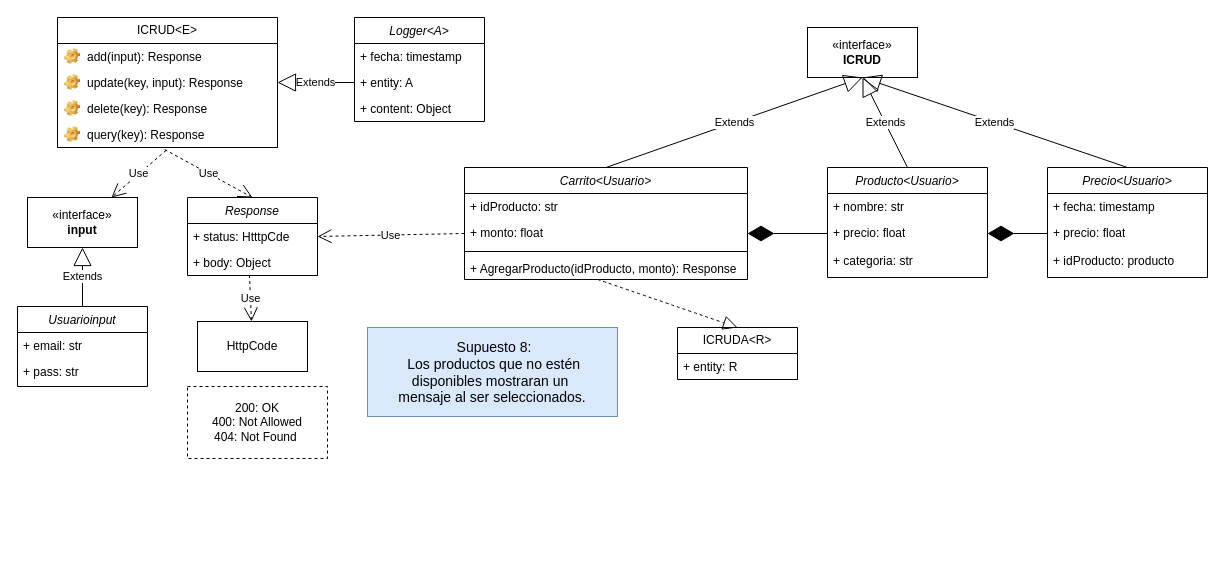
Giggin-html/dwm4 keeps this draw.io diagram as Front-End_Sprint/DiagramaSupuesto8.drawio. Above is the earlier version. Source tidied: cells renumbered, new cells numbered last; positions are measured from the earlier drawing's top-left corner, leaving out a move shared by most shapes. Both pictures are drawn from the tidied source at 100%, with x=0, y=0 at pixel (17, 17).
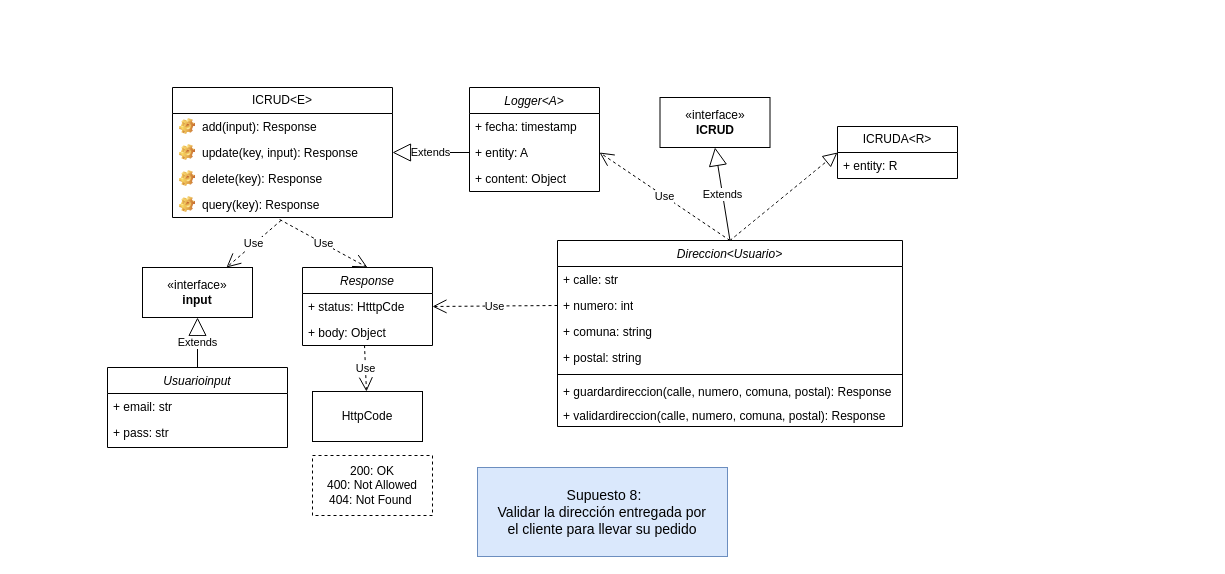
The same diagram, later.

The change refers to these unchanged cells:
```xml
<mxCell id="19" value="+ status: HtttpCde" style="text;strokeColor=none;fillColor=none;align=left;verticalAlign=top;spacingLeft=4;spacingRight=4;overflow=hidden;points=[[0,0.5],[1,0.5]];portConstraint=eastwest;whiteSpace=wrap;html=1;" parent="18" vertex="1">
  <mxGeometry y="26" width="130" height="26" as="geometry" />
</mxCell>
<mxCell id="29" value="+ entity: A" style="text;strokeColor=none;fillColor=none;align=left;verticalAlign=top;spacingLeft=4;spacingRight=4;overflow=hidden;points=[[0,0.5],[1,0.5]];portConstraint=eastwest;whiteSpace=wrap;html=1;" parent="27" vertex="1">
  <mxGeometry y="52" width="130" height="26" as="geometry" />
</mxCell>
```

Change to the diagram source:
```diff
@@
-    <mxCell id="2" value="Carrito&lt;Usuario&gt;" style="swimlane;fontStyle=2;align=center;verticalAlign=top;horizontal=1;startSize=26;rounded=0;shadow=0;strokeWidth=1;" parent="1" vertex="1">
-      <mxGeometry x="447" y="150" width="283" height="112" as="geometry" />
-    </mxCell>
-    <mxCell id="3" value="+ idProducto: str" style="text;strokeColor=none;fillColor=none;align=left;verticalAlign=top;spacingLeft=4;spacingRight=4;overflow=hidden;whiteSpace=wrap;html=1;" parent="2" vertex="1">
-      <mxGeometry y="26" width="283" height="26" as="geometry" />
-    </mxCell>
-    <mxCell id="4" value="+ monto: float" style="text;strokeColor=none;fillColor=none;align=left;verticalAlign=top;spacingLeft=4;spacingRight=4;overflow=hidden;points=[[0,0.5],[1,0.5]];portConstraint=eastwest;whiteSpace=wrap;html=1;" parent="2" vertex="1">
-      <mxGeometry y="52" width="283" height="28" as="geometry" />
-    </mxCell>
-    <mxCell id="5" style="line;html=1;strokeWidth=1;align=left;verticalAlign=middle;spacingTop=-1;spacingLeft=3;spacingRight=3;labelPosition=right;" parent="2" vertex="1">
-      <mxGeometry y="80" width="283" height="8" as="geometry" />
-    </mxCell>
-    <mxCell id="6" value="+ AgregarProducto(idProducto, monto): Response" style="text;strokeColor=none;fillColor=none;align=left;verticalAlign=top;spacingLeft=4;spacingRight=4;overflow=hidden;points=[[0,0.5],[1,0.5]];portConstraint=eastwest;whiteSpace=wrap;html=1;" parent="2" vertex="1">
-      <mxGeometry y="88" width="283" height="24" as="geometry" />
-    </mxCell>
+    <mxCell id="25" value="&lt;font style=&quot;font-size: 14px;&quot;&gt;&amp;nbsp;Supuesto 8:&lt;/font&gt;&lt;div&gt;&amp;nbsp;&lt;span style=&quot;font-size: 14px; background-color: transparent; color: light-dark(rgb(0, 0, 0), rgb(255, 255, 255));&quot;&gt;Validar la dirección entregada por&amp;nbsp;&lt;/span&gt;&lt;/div&gt;&lt;div&gt;&lt;font style=&quot;font-size: 14px;&quot;&gt;el cliente para llevar su pedido&lt;/font&gt;&lt;/div&gt;" style="html=1;whiteSpace=wrap;fillColor=#dae8fc;strokeColor=#6c8ebf;" parent="1" vertex="1">
+      <mxGeometry x="460" y="450" width="250" height="89" as="geometry" />
+    </mxCell>
+    <mxCell id="50" value="Direccion&lt;Usuario&gt;" style="swimlane;fontStyle=2;align=center;verticalAlign=top;horizontal=1;startSize=26;rounded=0;shadow=0;strokeWidth=1;" parent="1" vertex="1">
+      <mxGeometry x="540" y="223" width="345" height="186" as="geometry" />
+    </mxCell>
+    <mxCell id="51" value="+ calle: str" style="text;strokeColor=none;fillColor=none;align=left;verticalAlign=top;spacingLeft=4;spacingRight=4;overflow=hidden;whiteSpace=wrap;html=1;" parent="50" vertex="1">
+      <mxGeometry y="26" width="345" height="26" as="geometry" />
+    </mxCell>
+    <mxCell id="52" value="+ numero: int" style="text;strokeColor=none;fillColor=none;align=left;verticalAlign=top;spacingLeft=4;spacingRight=4;overflow=hidden;points=[[0,0.5],[1,0.5]];portConstraint=eastwest;whiteSpace=wrap;html=1;" parent="50" vertex="1">
+      <mxGeometry y="52" width="345" height="26" as="geometry" />
+    </mxCell>
+    <mxCell id="53" value="+ comuna: string" style="text;strokeColor=none;fillColor=none;align=left;verticalAlign=top;spacingLeft=4;spacingRight=4;overflow=hidden;whiteSpace=wrap;html=1;" parent="50" vertex="1">
+      <mxGeometry y="78" width="345" height="26" as="geometry" />
+    </mxCell>
+    <mxCell id="54" value="+ postal: string" style="text;strokeColor=none;fillColor=none;align=left;verticalAlign=top;spacingLeft=4;spacingRight=4;overflow=hidden;whiteSpace=wrap;html=1;" parent="50" vertex="1">
+      <mxGeometry y="104" width="345" height="26" as="geometry" />
+    </mxCell>
+    <mxCell id="55" style="line;html=1;strokeWidth=1;align=left;verticalAlign=middle;spacingTop=-1;spacingLeft=3;spacingRight=3;labelPosition=right;" parent="50" vertex="1">
+      <mxGeometry y="130" width="345" height="8" as="geometry" />
+    </mxCell>
+    <mxCell id="56" value="+ guardardireccion(calle, numero, comuna, postal): Response" style="text;strokeColor=none;fillColor=none;align=left;verticalAlign=top;spacingLeft=4;spacingRight=4;overflow=hidden;whiteSpace=wrap;html=1;" parent="50" vertex="1">
+      <mxGeometry y="138" width="345" height="24" as="geometry" />
+    </mxCell>
+    <mxCell id="57" value="+ validardireccion(calle, numero, comuna, postal): Response" style="text;strokeColor=none;fillColor=none;align=left;verticalAlign=top;spacingLeft=4;spacingRight=4;overflow=hidden;whiteSpace=wrap;html=1;" parent="50" vertex="1">
+      <mxGeometry y="162" width="345" height="24" as="geometry" />
+    </mxCell>
     <mxCell id="7" value="ICRUD&amp;lt;E&amp;gt;" style="swimlane;fontStyle=0;horizontal=1;startSize=26;fillColor=none;whiteSpace=wrap;html=1;" parent="1" vertex="1">
-      <mxGeometry x="40" width="220" height="130" as="geometry" />
+      <mxGeometry x="155" y="70" width="220" height="130" as="geometry" />
     </mxCell>
@@
     <mxCell id="12" value="«interface»&lt;br&gt;&lt;b&gt;input&lt;/b&gt;" style="html=1;whiteSpace=wrap;" parent="1" vertex="1">
-      <mxGeometry x="10" y="180" width="110" height="50" as="geometry" />
+      <mxGeometry x="125" y="250" width="110" height="50" as="geometry" />
     </mxCell>
@@
     <mxCell id="14" value="Usuarioinput" style="swimlane;fontStyle=2;align=center;verticalAlign=top;horizontal=1;startSize=26;rounded=0;shadow=0;strokeWidth=1;" parent="1" vertex="1">
-      <mxGeometry y="289" width="130" height="80" as="geometry" />
+      <mxGeometry x="90" y="350" width="180" height="80" as="geometry" />
     </mxCell>
     <mxCell id="15" value="+ email: str" style="text;strokeColor=none;fillColor=none;align=left;verticalAlign=top;spacingLeft=4;spacingRight=4;overflow=hidden;whiteSpace=wrap;html=1;" parent="14" vertex="1">
-      <mxGeometry y="26" width="130" height="26" as="geometry" />
+      <mxGeometry y="26" width="180" height="26" as="geometry" />
     </mxCell>
     <mxCell id="16" value="+ pass: str" style="text;strokeColor=none;fillColor=none;align=left;verticalAlign=top;spacingLeft=4;spacingRight=4;overflow=hidden;whiteSpace=wrap;html=1;" parent="14" vertex="1">
-      <mxGeometry y="52" width="130" height="20" as="geometry" />
+      <mxGeometry y="52" width="180" height="26" as="geometry" />
     </mxCell>
@@
     <mxCell id="18" value="Response" style="swimlane;fontStyle=2;align=center;verticalAlign=top;horizontal=1;startSize=26;rounded=0;shadow=0;strokeWidth=1;" parent="1" vertex="1">
-      <mxGeometry x="170" y="180" width="130" height="78" as="geometry" />
+      <mxGeometry x="285" y="250" width="130" height="78" as="geometry" />
     </mxCell>
@@
     <mxCell id="22" value="HttpCode" style="html=1;whiteSpace=wrap;" parent="1" vertex="1">
-      <mxGeometry x="180" y="304" width="110" height="50" as="geometry" />
+      <mxGeometry x="295" y="374" width="110" height="50" as="geometry" />
     </mxCell>
@@
     <mxCell id="24" value="«interface»&lt;br&gt;&lt;b&gt;ICRUD&lt;/b&gt;" style="html=1;whiteSpace=wrap;" parent="1" vertex="1">
-      <mxGeometry x="790" y="10" width="110" height="50" as="geometry" />
+      <mxGeometry x="642.5" y="80" width="110" height="50" as="geometry" />
     </mxCell>
-    <mxCell id="25" value="&lt;font style=&quot;font-size: 14px;&quot;&gt;&amp;nbsp;Supuesto 8:&lt;/font&gt;&lt;div&gt;&amp;nbsp;&lt;font style=&quot;font-size: 14px;&quot;&gt;Los productos que no estén disponibles mostraran un&amp;nbsp;&lt;/font&gt;&lt;/div&gt;&lt;div&gt;&lt;font style=&quot;font-size: 14px;&quot;&gt;mensaje al ser seleccionados.&lt;/font&gt;&lt;/div&gt;" style="html=1;whiteSpace=wrap;fillColor=#dae8fc;strokeColor=#6c8ebf;" parent="1" vertex="1">
-      <mxGeometry x="350" y="310" width="250" height="89" as="geometry" />
-    </mxCell>
+    <mxCell id="58" value="Extends" style="endArrow=block;endSize=16;endFill=0;html=1;rounded=0;exitX=0.5;exitY=0;exitDx=0;exitDy=0;entryX=0.5;entryY=1;entryDx=0;entryDy=0;" parent="1" edge="1" source="50" target="24">
+      <mxGeometry relative="1" as="geometry" />
+    </mxCell>
+    <mxCell id="32" value="Use" style="endArrow=open;endSize=12;dashed=1;html=1;rounded=0;entryX=1;entryY=0.5;entryDx=0;entryDy=0;exitX=0;exitY=0.5;exitDx=0;exitDy=0;" parent="1" edge="1" source="52" target="19">
+      <mxGeometry relative="1" as="geometry" />
+    </mxCell>
     <mxCell id="26" value="200: OK&lt;div&gt;400: Not Allowed&lt;/div&gt;&lt;div&gt;&lt;div&gt;404: Not Found&amp;nbsp;&lt;/div&gt;&lt;/div&gt;" style="html=1;whiteSpace=wrap;dashed=1;" parent="1" vertex="1">
-      <mxGeometry x="170" y="369" width="140" height="72" as="geometry" />
+      <mxGeometry x="295" y="438" width="120" height="60" as="geometry" />
     </mxCell>
     <mxCell id="27" value="Logger&lt;A&gt;" style="swimlane;fontStyle=2;align=center;verticalAlign=top;horizontal=1;startSize=26;rounded=0;shadow=0;strokeWidth=1;" parent="1" vertex="1">
-      <mxGeometry x="337" width="130" height="104" as="geometry" />
+      <mxGeometry x="452" y="70" width="130" height="104" as="geometry" />
     </mxCell>
@@
     <mxCell id="31" value="Extends" style="endArrow=block;endSize=16;endFill=0;html=1;rounded=0;exitX=0;exitY=0.5;exitDx=0;exitDy=0;" parent="1" edge="1" source="29">
       <mxGeometry relative="1" as="geometry">
-        <mxPoint x="260" y="65" as="targetPoint" />
+        <mxPoint x="375" y="135" as="targetPoint" />
       </mxGeometry>
     </mxCell>
-    <mxCell id="32" value="Use" style="endArrow=open;endSize=12;dashed=1;html=1;rounded=0;entryX=1;entryY=0.5;entryDx=0;entryDy=0;exitX=0;exitY=0.5;exitDx=0;exitDy=0;" parent="1" edge="1" source="4" target="19">
-      <mxGeometry relative="1" as="geometry" />
-    </mxCell>
-    <mxCell id="33" value="Extends" style="endArrow=block;endSize=16;endFill=0;html=1;rounded=0;exitX=0.5;exitY=0;exitDx=0;exitDy=0;entryX=0.5;entryY=1;entryDx=0;entryDy=0;" parent="1" edge="1" source="2" target="24">
-      <mxGeometry relative="1" as="geometry" />
-    </mxCell>
-    <mxCell id="34" style="edgeStyle=none;curved=1;rounded=0;orthogonalLoop=1;jettySize=auto;html=1;exitX=0.75;exitY=0;exitDx=0;exitDy=0;fontSize=12;startSize=8;endSize=8;" parent="1" edge="1">
-      <mxGeometry relative="1" as="geometry">
-        <mxPoint x="1103.2" y="289" as="sourcePoint" />
-        <mxPoint x="1103.2" y="289" as="targetPoint" />
-      </mxGeometry>
-    </mxCell>
+    <mxCell id="59" value="Use" style="endArrow=open;endSize=12;dashed=1;html=1;rounded=0;entryX=1;entryY=0.5;entryDx=0;entryDy=0;exitX=0.5;exitY=0;exitDx=0;exitDy=0;" parent="1" edge="1" source="50" target="29">
+      <mxGeometry relative="1" as="geometry" />
+    </mxCell>
     <mxCell id="35" value="ICRUDA&amp;lt;R&amp;gt;" style="swimlane;fontStyle=0;horizontal=1;startSize=26;fillColor=none;whiteSpace=wrap;html=1;" parent="1" vertex="1">
-      <mxGeometry x="660" y="310" width="120" height="52" as="geometry" />
+      <mxGeometry x="820" y="109" width="120" height="52" as="geometry" />
     </mxCell>
@@
-    <mxCell id="37" style="endArrow=block;dashed=1;endFill=0;endSize=12;html=1;rounded=0;fontSize=12;curved=1;entryX=0.5;entryY=0;entryDx=0;entryDy=0;exitX=0.471;exitY=1;exitDx=0;exitDy=0;exitPerimeter=0;" parent="1" edge="1" source="6" target="35">
-      <mxGeometry relative="1" as="geometry" />
-    </mxCell>
-    <mxCell id="38" value="Producto&lt;Usuario&gt;" style="swimlane;fontStyle=2;align=center;verticalAlign=top;horizontal=1;startSize=26;rounded=0;shadow=0;strokeWidth=1;" parent="1" vertex="1">
-      <mxGeometry x="810" y="150" width="160" height="110" as="geometry" />
-    </mxCell>
-    <mxCell id="39" value="+ nombre: str" style="text;strokeColor=none;fillColor=none;align=left;verticalAlign=top;spacingLeft=4;spacingRight=4;overflow=hidden;whiteSpace=wrap;html=1;" parent="38" vertex="1">
-      <mxGeometry y="26" width="160" height="26" as="geometry" />
-    </mxCell>
-    <mxCell id="40" value="+ precio: float" style="text;strokeColor=none;fillColor=none;align=left;verticalAlign=top;spacingLeft=4;spacingRight=4;overflow=hidden;points=[[0,0.5],[1,0.5]];portConstraint=eastwest;whiteSpace=wrap;html=1;" parent="38" vertex="1">
-      <mxGeometry y="52" width="160" height="28" as="geometry" />
-    </mxCell>
-    <mxCell id="41" value="+ categoria: str" style="text;strokeColor=none;fillColor=none;align=left;verticalAlign=top;spacingLeft=4;spacingRight=4;overflow=hidden;whiteSpace=wrap;html=1;" parent="38" vertex="1">
-      <mxGeometry y="80" width="160" height="26" as="geometry" />
-    </mxCell>
-    <mxCell id="42" value="Precio&lt;Usuario&gt;" style="swimlane;fontStyle=2;align=center;verticalAlign=top;horizontal=1;startSize=26;rounded=0;shadow=0;strokeWidth=1;" parent="1" vertex="1">
-      <mxGeometry x="1030" y="150" width="160" height="110" as="geometry" />
-    </mxCell>
-    <mxCell id="43" value="+ fecha: timestamp" style="text;strokeColor=none;fillColor=none;align=left;verticalAlign=top;spacingLeft=4;spacingRight=4;overflow=hidden;whiteSpace=wrap;html=1;" parent="42" vertex="1">
-      <mxGeometry y="26" width="160" height="26" as="geometry" />
-    </mxCell>
-    <mxCell id="44" value="+ precio: float" style="text;strokeColor=none;fillColor=none;align=left;verticalAlign=top;spacingLeft=4;spacingRight=4;overflow=hidden;points=[[0,0.5],[1,0.5]];portConstraint=eastwest;whiteSpace=wrap;html=1;" parent="42" vertex="1">
-      <mxGeometry y="52" width="160" height="28" as="geometry" />
-    </mxCell>
-    <mxCell id="45" value="+ idProducto: producto" style="text;strokeColor=none;fillColor=none;align=left;verticalAlign=top;spacingLeft=4;spacingRight=4;overflow=hidden;whiteSpace=wrap;html=1;" parent="42" vertex="1">
-      <mxGeometry y="80" width="160" height="26" as="geometry" />
-    </mxCell>
-    <mxCell id="46" style="endArrow=diamondThin;endFill=1;endSize=24;html=1;rounded=0;entryX=1;entryY=0.5;entryDx=0;entryDy=0;exitX=0;exitY=0.5;exitDx=0;exitDy=0;" parent="1" edge="1" source="40" target="4">
-      <mxGeometry relative="1" as="geometry" />
-    </mxCell>
-    <mxCell id="47" style="endArrow=diamondThin;endFill=1;endSize=24;html=1;rounded=0;entryX=1;entryY=0.5;entryDx=0;entryDy=0;exitX=0;exitY=0.5;exitDx=0;exitDy=0;" parent="1" edge="1" source="44" target="40">
-      <mxGeometry relative="1" as="geometry" />
-    </mxCell>
-    <mxCell id="48" value="Extends" style="endArrow=block;endSize=16;endFill=0;html=1;rounded=0;exitX=0.5;exitY=0;exitDx=0;exitDy=0;entryX=0.5;entryY=1;entryDx=0;entryDy=0;" parent="1" edge="1" source="38" target="24">
-      <mxGeometry relative="1" as="geometry" />
-    </mxCell>
-    <mxCell id="49" value="Extends" style="endArrow=block;endSize=16;endFill=0;html=1;rounded=0;exitX=0.5;exitY=0;exitDx=0;exitDy=0;entryX=0.5;entryY=1;entryDx=0;entryDy=0;" parent="1" edge="1" source="42" target="24">
-      <mxGeometry relative="1" as="geometry" />
-    </mxCell>
+    <mxCell id="60" style="endArrow=block;dashed=1;endFill=0;endSize=12;html=1;rounded=0;fontSize=12;curved=1;entryX=0;entryY=0.5;entryDx=0;entryDy=0;exitX=0.5;exitY=0;exitDx=0;exitDy=0;" parent="1" edge="1" source="50" target="35">
+      <mxGeometry relative="1" as="geometry" />
+    </mxCell>
```
